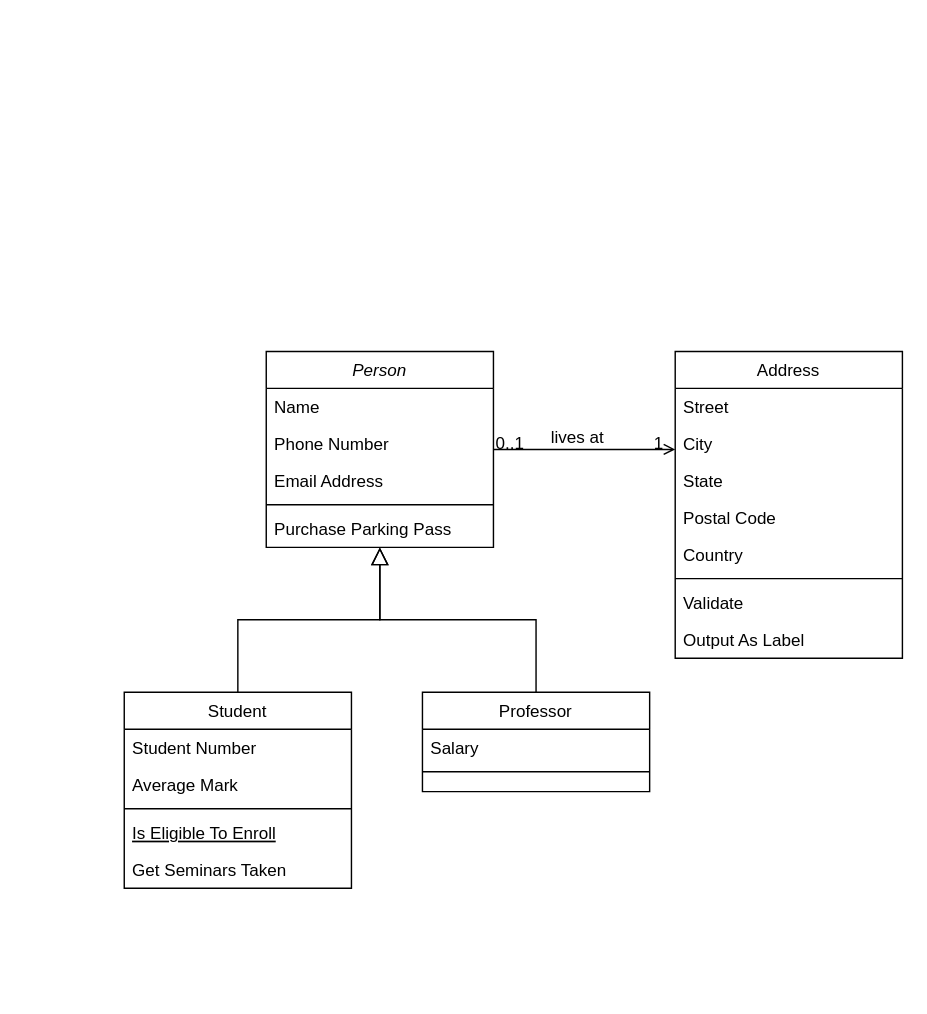
Above: Diagram Tanpa Judul.drawio in R3G-Neww/absensi-kelas-pplg2 (draw.io), before the change. Source tidied: cells renumbered, new cells numbered last; positions are measured from the earlier drawing's top-left corner, leaving out a move shared by most shapes. Both pictures are drawn from the tidied source at 142%, with x=0, y=0 at pixel (124, 351).
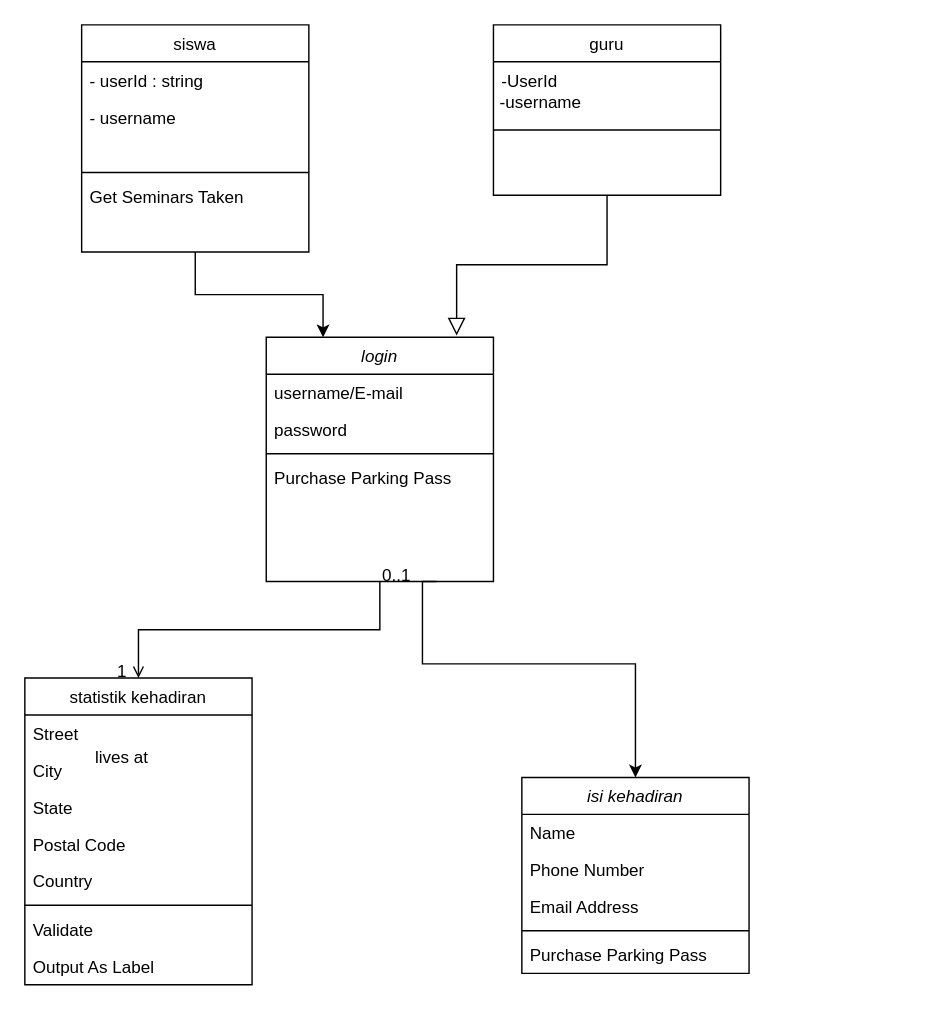
The same diagram, later.

What changed in the source:
```diff
@@
+    <mxCell id="32" style="edgeStyle=orthogonalEdgeStyle;rounded=0;jettySize=auto;html=1;exitX=0.75;exitY=1;exitDx=0;exitDy=0;" parent="1" edge="1" source="2" target="33">
+      <mxGeometry relative="1" as="geometry">
+        <Array as="points">
+          <mxPoint x="210" y="162" />
+          <mxPoint x="210" y="220" />
+          <mxPoint x="360" y="220" />
+        </Array>
+      </mxGeometry>
+    </mxCell>
-    <mxCell id="2" value="Person" style="swimlane;fontStyle=2;align=center;verticalAlign=top;horizontal=1;startSize=26;rounded=0;shadow=0;strokeWidth=1;" parent="1" vertex="1">
-      <mxGeometry x="100" width="160" height="138" as="geometry" />
+    <mxCell id="2" value="login" style="swimlane;fontStyle=2;align=center;verticalAlign=top;horizontal=1;startSize=26;rounded=0;shadow=0;strokeWidth=1;" parent="1" vertex="1">
+      <mxGeometry x="100" y="-10" width="160" height="172" as="geometry" />
     </mxCell>
-    <mxCell id="3" value="Name" style="text;align=left;verticalAlign=top;spacingLeft=4;spacingRight=4;overflow=hidden;" parent="2" vertex="1">
+    <mxCell id="3" value="username/E-mail" style="text;align=left;verticalAlign=top;spacingLeft=4;spacingRight=4;overflow=hidden;" parent="2" vertex="1">
       <mxGeometry y="26" width="160" height="26" as="geometry" />
     </mxCell>
-    <mxCell id="4" value="Phone Number" style="text;align=left;verticalAlign=top;spacingLeft=4;spacingRight=4;overflow=hidden;rounded=0;shadow=0;html=0;" parent="2" vertex="1">
-      <mxGeometry y="52" width="160" height="26" as="geometry" />
-    </mxCell>
-    <mxCell id="5" value="Email Address" style="text;align=left;verticalAlign=top;spacingLeft=4;spacingRight=4;overflow=hidden;rounded=0;shadow=0;html=0;" parent="2" vertex="1">
-      <mxGeometry y="78" width="160" height="26" as="geometry" />
+    <mxCell id="5" value="password&#10;" style="text;align=left;verticalAlign=top;spacingLeft=4;spacingRight=4;overflow=hidden;rounded=0;shadow=0;html=0;" parent="2" vertex="1">
+      <mxGeometry y="52" width="160" height="26" as="geometry" />
     </mxCell>
     <mxCell id="6" style="line;html=1;strokeWidth=1;align=left;verticalAlign=middle;spacingTop=-1;spacingLeft=3;spacingRight=3;labelPosition=right;" parent="2" vertex="1">
-      <mxGeometry y="104" width="160" height="8" as="geometry" />
+      <mxGeometry y="78" width="160" height="8" as="geometry" />
     </mxCell>
     <mxCell id="7" value="Purchase Parking Pass" style="text;align=left;verticalAlign=top;spacingLeft=4;spacingRight=4;overflow=hidden;" parent="2" vertex="1">
-      <mxGeometry y="112" width="160" height="26" as="geometry" />
+      <mxGeometry y="86" width="160" height="26" as="geometry" />
     </mxCell>
+    <mxCell id="14" style="edgeStyle=orthogonalEdgeStyle;rounded=0;jettySize=auto;html=1;entryX=0.25;entryY=0;entryDx=0;entryDy=0;" parent="1" edge="1" source="8" target="2">
+      <mxGeometry relative="1" as="geometry" />
+    </mxCell>
-    <mxCell id="8" value="Student" style="swimlane;fontStyle=0;align=center;verticalAlign=top;horizontal=1;startSize=26;rounded=0;shadow=0;strokeWidth=1;" parent="1" vertex="1">
-      <mxGeometry y="240" width="160" height="138" as="geometry" />
+    <mxCell id="8" value="siswa" style="swimlane;fontStyle=0;align=center;verticalAlign=top;horizontal=1;startSize=26;rounded=0;shadow=0;strokeWidth=1;" parent="1" vertex="1">
+      <mxGeometry x="-30" y="-230" width="160" height="160" as="geometry" />
     </mxCell>
-    <mxCell id="9" value="Student Number" style="text;align=left;verticalAlign=top;spacingLeft=4;spacingRight=4;overflow=hidden;" parent="8" vertex="1">
+    <mxCell id="9" value="- userId : string" style="text;align=left;verticalAlign=top;spacingLeft=4;spacingRight=4;overflow=hidden;" parent="8" vertex="1">
       <mxGeometry y="26" width="160" height="26" as="geometry" />
     </mxCell>
-    <mxCell id="10" value="Average Mark" style="text;align=left;verticalAlign=top;spacingLeft=4;spacingRight=4;overflow=hidden;rounded=0;shadow=0;html=0;" parent="8" vertex="1">
-      <mxGeometry y="52" width="160" height="26" as="geometry" />
+    <mxCell id="10" value=" - username " style="text;align=left;verticalAlign=top;spacingLeft=4;spacingRight=4;overflow=hidden;rounded=0;shadow=0;html=0;" parent="8" vertex="1">
+      <mxGeometry y="52" width="160" height="48" as="geometry" />
     </mxCell>
     <mxCell id="11" style="line;html=1;strokeWidth=1;align=left;verticalAlign=middle;spacingTop=-1;spacingLeft=3;spacingRight=3;labelPosition=right;" parent="8" vertex="1">
-      <mxGeometry y="78" width="160" height="8" as="geometry" />
+      <mxGeometry y="100" width="160" height="8" as="geometry" />
     </mxCell>
-    <mxCell id="12" value="Is Eligible To Enroll" style="text;align=left;verticalAlign=top;spacingLeft=4;spacingRight=4;overflow=hidden;fontStyle=4;" parent="8" vertex="1">
-      <mxGeometry y="86" width="160" height="26" as="geometry" />
-    </mxCell>
     <mxCell id="13" value="Get Seminars Taken" style="text;align=left;verticalAlign=top;spacingLeft=4;spacingRight=4;overflow=hidden;" parent="8" vertex="1">
-      <mxGeometry y="112" width="160" height="26" as="geometry" />
+      <mxGeometry y="108" width="160" height="26" as="geometry" />
     </mxCell>
-    <mxCell id="14" style="endArrow=block;endSize=10;endFill=0;shadow=0;strokeWidth=1;rounded=0;curved=0;edgeStyle=elbowEdgeStyle;elbow=vertical;" parent="1" edge="1" source="8" target="2">
-      <mxGeometry relative="1" as="geometry" />
-    </mxCell>
-    <mxCell id="15" value="Professor" style="swimlane;fontStyle=0;align=center;verticalAlign=top;horizontal=1;startSize=26;rounded=0;shadow=0;strokeWidth=1;" parent="1" vertex="1">
-      <mxGeometry x="210" y="240" width="160" height="70" as="geometry" />
+    <mxCell id="15" value="guru" style="swimlane;fontStyle=0;align=center;verticalAlign=top;horizontal=1;startSize=26;rounded=0;shadow=0;strokeWidth=1;" parent="1" vertex="1">
+      <mxGeometry x="260" y="-230" width="160" height="120" as="geometry" />
     </mxCell>
-    <mxCell id="16" value="Salary" style="text;align=left;verticalAlign=top;spacingLeft=4;spacingRight=4;overflow=hidden;" parent="15" vertex="1">
-      <mxGeometry y="26" width="160" height="26" as="geometry" />
+    <mxCell id="16" value="-UserId" style="text;align=left;verticalAlign=top;spacingLeft=4;spacingRight=4;overflow=hidden;" parent="15" vertex="1">
+      <mxGeometry y="26" width="160" height="44" as="geometry" />
     </mxCell>
     <mxCell id="17" style="line;html=1;strokeWidth=1;align=left;verticalAlign=middle;spacingTop=-1;spacingLeft=3;spacingRight=3;labelPosition=right;" parent="15" vertex="1">
-      <mxGeometry y="52" width="160" height="8" as="geometry" />
+      <mxGeometry y="70" width="160" height="8" as="geometry" />
     </mxCell>
-    <mxCell id="18" style="endArrow=block;endSize=10;endFill=0;shadow=0;strokeWidth=1;rounded=0;curved=0;edgeStyle=elbowEdgeStyle;elbow=vertical;" parent="1" edge="1" source="15" target="2">
+    <mxCell id="18" style="endArrow=block;endSize=10;endFill=0;shadow=0;strokeWidth=1;rounded=0;curved=0;edgeStyle=elbowEdgeStyle;elbow=vertical;entryX=0.838;entryY=-0.007;entryDx=0;entryDy=0;entryPerimeter=0;" parent="1" edge="1" source="15" target="2">
       <mxGeometry relative="1" as="geometry" />
     </mxCell>
-    <mxCell id="19" value="Address" style="swimlane;fontStyle=0;align=center;verticalAlign=top;horizontal=1;startSize=26;rounded=0;shadow=0;strokeWidth=1;" parent="1" vertex="1">
-      <mxGeometry x="388" width="160" height="216" as="geometry" />
+    <mxCell id="19" value="statistik kehadiran" style="swimlane;fontStyle=0;align=center;verticalAlign=top;horizontal=1;startSize=26;rounded=0;shadow=0;strokeWidth=1;" parent="1" vertex="1">
+      <mxGeometry x="-70" y="230" width="160" height="216" as="geometry" />
     </mxCell>
@@
+    <mxCell id="33" value="isi kehadiran" style="swimlane;fontStyle=2;align=center;verticalAlign=top;horizontal=1;startSize=26;rounded=0;shadow=0;strokeWidth=1;" parent="1" vertex="1">
+      <mxGeometry x="280" y="300" width="160" height="138" as="geometry" />
+    </mxCell>
+    <mxCell id="34" value="Name" style="text;align=left;verticalAlign=top;spacingLeft=4;spacingRight=4;overflow=hidden;" parent="33" vertex="1">
+      <mxGeometry y="26" width="160" height="26" as="geometry" />
+    </mxCell>
+    <mxCell id="4" value="Phone Number" style="text;align=left;verticalAlign=top;spacingLeft=4;spacingRight=4;overflow=hidden;rounded=0;shadow=0;html=0;" parent="33" vertex="1">
+      <mxGeometry y="52" width="160" height="26" as="geometry" />
+    </mxCell>
+    <mxCell id="35" value="Email Address" style="text;align=left;verticalAlign=top;spacingLeft=4;spacingRight=4;overflow=hidden;rounded=0;shadow=0;html=0;" parent="33" vertex="1">
+      <mxGeometry y="78" width="160" height="26" as="geometry" />
+    </mxCell>
+    <mxCell id="36" style="line;html=1;strokeWidth=1;align=left;verticalAlign=middle;spacingTop=-1;spacingLeft=3;spacingRight=3;labelPosition=right;" parent="33" vertex="1">
+      <mxGeometry y="104" width="160" height="8" as="geometry" />
+    </mxCell>
+    <mxCell id="37" value="Purchase Parking Pass" style="text;align=left;verticalAlign=top;spacingLeft=4;spacingRight=4;overflow=hidden;" parent="33" vertex="1">
+      <mxGeometry y="112" width="160" height="26" as="geometry" />
+    </mxCell>
+    <mxCell id="38" value="-username" style="text;html=1;align=center;verticalAlign=middle;strokeColor=none;fillColor=none;" parent="1" vertex="1">
+      <mxGeometry x="213" y="-190" width="160" height="30" as="geometry" />
+    </mxCell>
```
